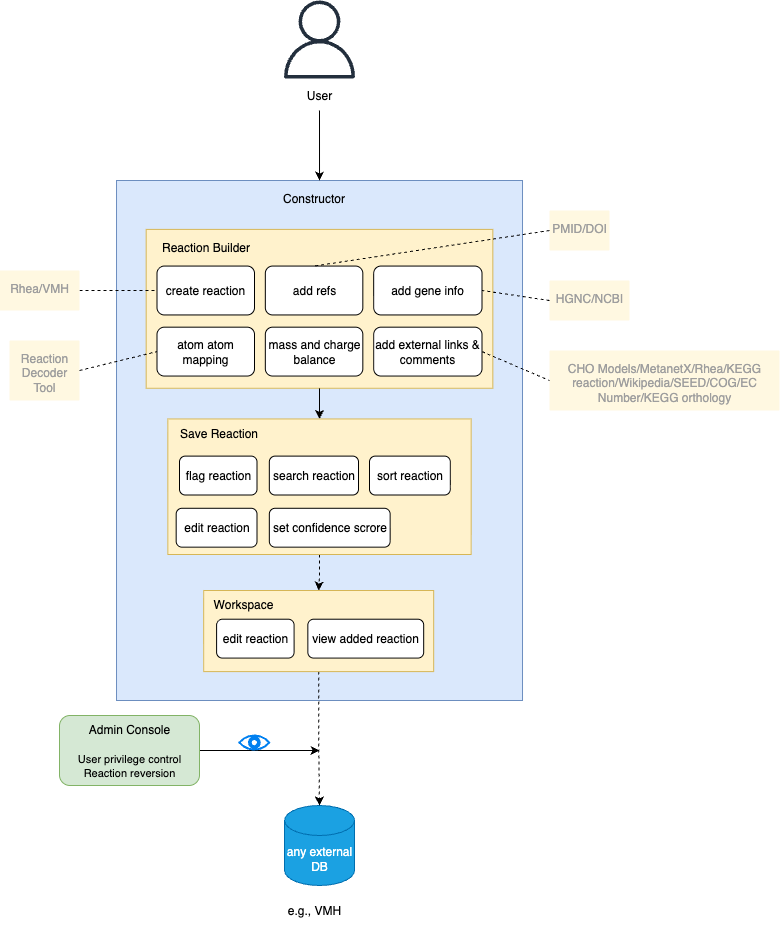
Before: constructor_architecture.png, a diagram exported from draw.io (opencobra/reconstructor). Source tidied: cells renumbered, new cells last; positions are measured from the earlier drawing's top-left corner, leaving out a move shared by most shapes.
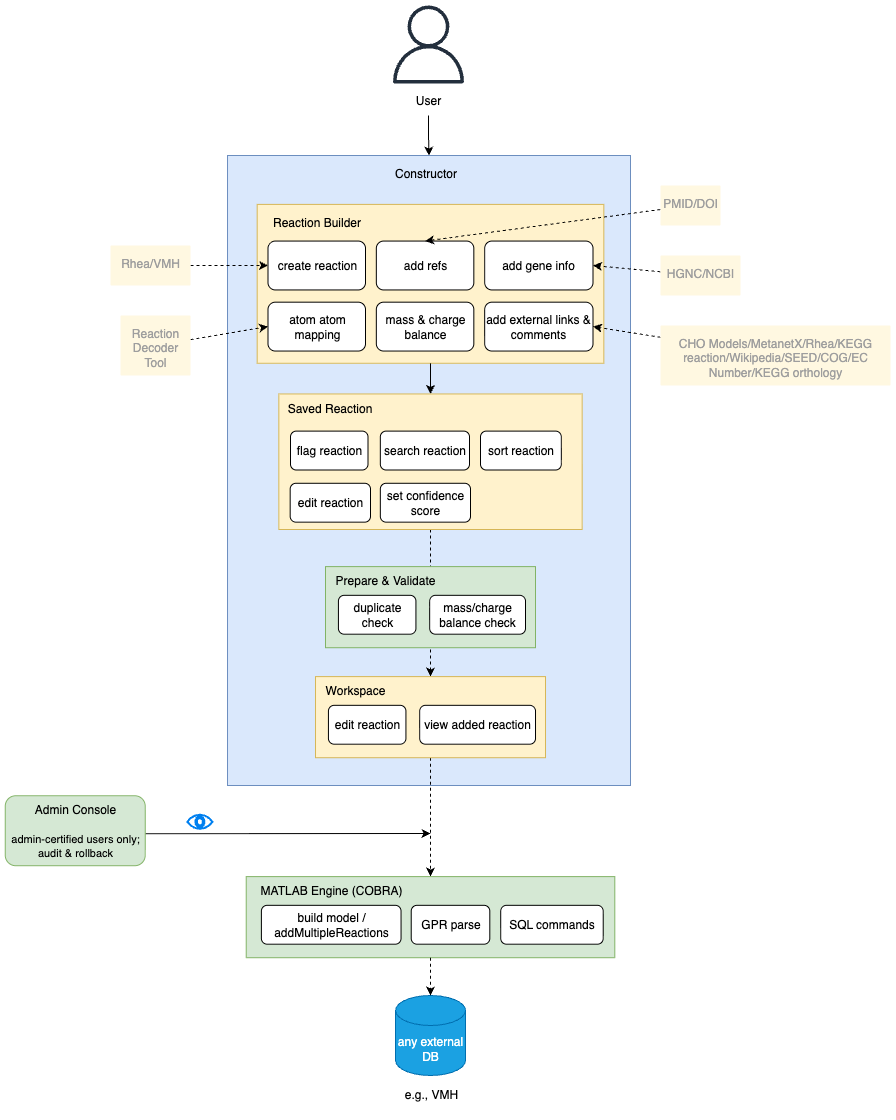
The same diagram one commit later.

What changed in the source:
```diff
@@ -3,7 +3,7 @@
     <mxCell id="0" />
     <mxCell id="1" parent="0" />
     <mxCell id="2" style="rounded=0;whiteSpace=wrap;html=1;fillColor=#dae8fc;strokeColor=#6c8ebf;" parent="1" vertex="1">
-      <mxGeometry x="117" y="180" width="406" height="520" as="geometry" />
+      <mxGeometry x="117" y="180" width="403" height="630" as="geometry" />
     </mxCell>
     <mxCell id="3" style="group;" parent="1" vertex="1">
       <mxGeometry x="146.7" y="228.9" width="346.7" height="158.9" as="geometry" />
@@ -29,37 +29,38 @@
     <mxCell id="10" value="Reaction Builder" style="text;html=1;align=center;verticalAlign=middle;whiteSpace=wrap;rounded=0;" parent="4" vertex="1">
       <mxGeometry width="119.2" height="36.7" as="geometry" />
     </mxCell>
-    <mxCell id="11" value="mass and charge balance" style="rounded=1;whiteSpace=wrap;html=1;" parent="4" vertex="1">
+    <mxCell id="11" value="mass &amp;amp; charge balance" style="rounded=1;whiteSpace=wrap;html=1;" parent="4" vertex="1">
       <mxGeometry x="119.2" y="97.8" width="97.5" height="48.9" as="geometry" />
     </mxCell>
     <mxCell id="12" value="add external links &amp;amp; comments" style="rounded=1;whiteSpace=wrap;html=1;" parent="4" vertex="1">
       <mxGeometry x="227.5" y="97.8" width="108.3" height="48.9" as="geometry" />
     </mxCell>
     <mxCell id="13" style="group;" parent="1" vertex="1">
-      <mxGeometry x="285" y="805" width="70" height="120" as="geometry" />
+      <mxGeometry x="285" y="1020" width="70" height="120" as="geometry" />
     </mxCell>
     <mxCell id="14" value="any external DB" style="shape=cylinder3;whiteSpace=wrap;html=1;boundedLbl=1;backgroundOutline=1;size=15;fillColor=#1ba1e2;fontColor=#ffffff;strokeColor=#006EAF;" parent="13" vertex="1">
       <mxGeometry width="70" height="80" as="geometry" />
     </mxCell>
     <mxCell id="15" value="e.g., VMH" style="text;html=1;align=center;verticalAlign=middle;whiteSpace=wrap;rounded=0;" parent="13" vertex="1">
-      <mxGeometry y="90" width="60" height="30" as="geometry" />
+      <mxGeometry x="6" y="84" width="60" height="30" as="geometry" />
     </mxCell>
-    <mxCell id="16" style="edgeStyle=orthogonalEdgeStyle;rounded=0;jettySize=auto;html=1;" parent="1" edge="1" source="17">
+    <mxCell id="16" style="rounded=0;orthogonalLoop=1;jettySize=auto;html=1;" parent="1" edge="1">
       <mxGeometry relative="1" as="geometry">
-        <mxPoint x="320" y="750" as="targetPoint" />
+        <mxPoint x="34.8" y="858.2" as="sourcePoint" />
+        <mxPoint x="320" y="858" as="targetPoint" />
       </mxGeometry>
     </mxCell>
-    <mxCell id="17" value="&lt;font&gt;Admin Console&lt;/font&gt;&lt;br&gt;&lt;br&gt;&lt;font style=&quot;font-size: 11px;&quot;&gt;User privilege control&lt;/font&gt;&lt;div&gt;&lt;font style=&quot;font-size: 11px;&quot;&gt;Reaction reversion&lt;/font&gt;&lt;/div&gt;" style="rounded=1;whiteSpace=wrap;html=1;fillColor=#d5e8d4;strokeColor=#82b366;" parent="1" vertex="1">
-      <mxGeometry x="60" y="715" width="140" height="70" as="geometry" />
+    <mxCell id="17" value="&lt;font&gt;Admin Console&lt;/font&gt;&lt;br&gt;&lt;br&gt;&lt;font style=&quot;font-size: 11px;&quot;&gt;admin-certified users only;&lt;/font&gt;&lt;div&gt;&lt;font style=&quot;font-size: 11px;&quot;&gt;audit &amp;amp; rollback&lt;/font&gt;&lt;/div&gt;" style="rounded=1;whiteSpace=wrap;html=1;fillColor=#d5e8d4;strokeColor=#82b366;" parent="1" vertex="1">
+      <mxGeometry x="-105.2" y="820.2" width="140" height="70" as="geometry" />
     </mxCell>
-    <mxCell id="18" style="edgeStyle=orthogonalEdgeStyle;rounded=0;jettySize=auto;html=1;entryX=0.5;entryY=0;entryDx=0;entryDy=0;entryPerimeter=0;dashed=1;exitX=0.5;exitY=1;exitDx=0;exitDy=0;" parent="1" edge="1" source="45" target="14">
+    <mxCell id="18" style="edgeStyle=orthogonalEdgeStyle;rounded=0;jettySize=auto;html=1;dashed=1;exitX=0.5;exitY=1;exitDx=0;exitDy=0;" parent="1" edge="1" source="45" target="59">
       <mxGeometry relative="1" as="geometry" />
     </mxCell>
     <mxCell id="19" style="html=1;verticalLabelPosition=bottom;align=center;labelBackgroundColor=#ffffff;verticalAlign=top;strokeWidth=2;strokeColor=#0080F0;shadow=0;dashed=0;shape=mxgraph.ios7.icons.eye;" parent="1" vertex="1">
-      <mxGeometry x="239.8" y="735" width="30" height="14.1" as="geometry" />
+      <mxGeometry x="76.8" y="839.2" width="25.2" height="14.1" as="geometry" />
     </mxCell>
     <mxCell id="20" style="group;" parent="1" vertex="1">
-      <mxGeometry x="281" width="78" height="110" as="geometry" />
+      <mxGeometry x="279" y="30" width="78" height="110" as="geometry" />
     </mxCell>
     <mxCell id="21" style="sketch=0;fontColor=#232F3E;gradientColor=none;fillColor=#232F3D;strokeColor=none;dashed=0;verticalLabelPosition=bottom;verticalAlign=top;align=center;html=1;fontSize=12;fontStyle=0;shape=mxgraph.aws4.user;" parent="20" vertex="1">
       <mxGeometry width="78" height="78" as="geometry" />
@@ -70,36 +71,36 @@
     <mxCell id="23" style="edgeStyle=orthogonalEdgeStyle;rounded=0;jettySize=auto;html=1;exitX=0.5;exitY=1;exitDx=0;exitDy=0;entryX=0.5;entryY=0;entryDx=0;entryDy=0;" parent="1" edge="1" source="22" target="2">
       <mxGeometry relative="1" as="geometry" />
     </mxCell>
-    <mxCell id="24" style="rounded=0;jettySize=auto;html=1;entryX=0;entryY=0.5;entryDx=0;entryDy=0;endArrow=none;endFill=0;dashed=1;" parent="1" edge="1" source="25" target="6">
+    <mxCell id="24" style="edgeStyle=none;rounded=0;jettySize=auto;html=1;entryX=0;entryY=0.5;entryDx=0;entryDy=0;dashed=1;" parent="1" edge="1" source="25" target="6">
       <mxGeometry relative="1" as="geometry" />
     </mxCell>
     <mxCell id="25" value="Rhea/VMH" style="sketch=0;points=[[0,0,0],[0.25,0,0],[0.5,0,0],[0.75,0,0],[1,0,0],[1,0.25,0],[1,0.5,0],[1,0.75,0],[1,1,0],[0.75,1,0],[0.5,1,0],[0.25,1,0],[0,1,0],[0,0.75,0],[0,0.5,0],[0,0.25,0]];rounded=1;absoluteArcSize=1;arcSize=2;html=1;strokeColor=none;gradientColor=none;shadow=0;dashed=0;fontSize=12;fontColor=#9E9E9E;align=center;verticalAlign=top;spacing=10;spacingTop=-4;whiteSpace=wrap;fillColor=#FFF8E1;" parent="1" vertex="1">
       <mxGeometry y="270" width="80" height="40" as="geometry" />
     </mxCell>
+    <mxCell id="29" style="edgeStyle=none;rounded=0;jettySize=auto;html=1;entryX=1;entryY=0.5;entryDx=0;entryDy=0;dashed=1;" parent="1" edge="1" source="26" target="9">
+      <mxGeometry relative="1" as="geometry" />
+    </mxCell>
     <mxCell id="26" value="HGNC/NCBI" style="sketch=0;points=[[0,0,0],[0.25,0,0],[0.5,0,0],[0.75,0,0],[1,0,0],[1,0.25,0],[1,0.5,0],[1,0.75,0],[1,1,0],[0.75,1,0],[0.5,1,0],[0.25,1,0],[0,1,0],[0,0.75,0],[0,0.5,0],[0,0.25,0]];rounded=1;absoluteArcSize=1;arcSize=2;html=1;strokeColor=none;gradientColor=none;shadow=0;dashed=0;fontSize=12;fontColor=#9E9E9E;align=center;verticalAlign=top;spacing=10;spacingTop=-4;whiteSpace=wrap;fillColor=#FFF8E1;" parent="1" vertex="1">
       <mxGeometry x="550" y="280" width="80" height="40" as="geometry" />
     </mxCell>
+    <mxCell id="28" style="edgeStyle=none;rounded=0;jettySize=auto;html=1;entryX=0;entryY=0.5;entryDx=0;entryDy=0;dashed=1;" parent="1" edge="1" source="27" target="7">
+      <mxGeometry relative="1" as="geometry" />
+    </mxCell>
     <mxCell id="27" value="Reaction Decoder Tool" style="sketch=0;points=[[0,0,0],[0.25,0,0],[0.5,0,0],[0.75,0,0],[1,0,0],[1,0.25,0],[1,0.5,0],[1,0.75,0],[1,1,0],[0.75,1,0],[0.5,1,0],[0.25,1,0],[0,1,0],[0,0.75,0],[0,0.5,0],[0,0.25,0]];rounded=1;absoluteArcSize=1;arcSize=2;html=1;strokeColor=none;gradientColor=none;shadow=0;dashed=0;fontSize=12;fontColor=#9E9E9E;align=center;verticalAlign=top;spacing=10;spacingTop=-4;whiteSpace=wrap;fillColor=#FFF8E1;" parent="1" vertex="1">
       <mxGeometry x="10" y="340" width="70" height="60" as="geometry" />
     </mxCell>
-    <mxCell id="28" style="rounded=0;jettySize=auto;html=1;entryX=0;entryY=0.5;entryDx=0;entryDy=0;endArrow=none;endFill=0;exitX=1;exitY=0.5;exitDx=0;exitDy=0;exitPerimeter=0;dashed=1;" parent="1" edge="1" source="27" target="7">
-      <mxGeometry relative="1" as="geometry" />
-    </mxCell>
-    <mxCell id="29" style="rounded=0;jettySize=auto;html=1;entryX=1;entryY=0.5;entryDx=0;entryDy=0;endArrow=none;endFill=0;dashed=1;exitX=0;exitY=0.5;exitDx=0;exitDy=0;exitPerimeter=0;" parent="1" edge="1" source="26" target="9">
-      <mxGeometry relative="1" as="geometry" />
-    </mxCell>
+    <mxCell id="49" style="edgeStyle=none;rounded=0;jettySize=auto;html=1;entryX=1;entryY=0.5;entryDx=0;entryDy=0;dashed=1;" parent="1" edge="1" source="30" target="12">
+      <mxGeometry relative="1" as="geometry" />
+    </mxCell>
     <mxCell id="30" value="CHO Models/MetanetX/Rhea/KEGG reaction/Wikipedia/SEED/COG/EC Number/KEGG orthology" style="sketch=0;points=[[0,0,0],[0.25,0,0],[0.5,0,0],[0.75,0,0],[1,0,0],[1,0.25,0],[1,0.5,0],[1,0.75,0],[1,1,0],[0.75,1,0],[0.5,1,0],[0.25,1,0],[0,1,0],[0,0.75,0],[0,0.5,0],[0,0.25,0]];rounded=1;absoluteArcSize=1;arcSize=2;html=1;strokeColor=none;gradientColor=none;shadow=0;dashed=0;fontSize=12;fontColor=#9E9E9E;align=center;verticalAlign=top;spacing=10;spacingTop=-4;whiteSpace=wrap;fillColor=#FFF8E1;" parent="1" vertex="1">
       <mxGeometry x="550" y="350" width="230" height="60" as="geometry" />
     </mxCell>
-    <mxCell id="31" style="rounded=0;jettySize=auto;html=1;entryX=0;entryY=0.5;entryDx=0;entryDy=0;endArrow=none;endFill=0;dashed=1;exitX=1;exitY=0.5;exitDx=0;exitDy=0;entryPerimeter=0;" parent="1" edge="1" source="12" target="30">
-      <mxGeometry relative="1" as="geometry" />
-    </mxCell>
+    <mxCell id="33" style="edgeStyle=none;rounded=0;jettySize=auto;html=1;entryX=0.5;entryY=0;entryDx=0;entryDy=0;dashed=1;" parent="1" edge="1" source="32" target="8">
+      <mxGeometry relative="1" as="geometry" />
+    </mxCell>
     <mxCell id="32" value="PMID/DOI" style="sketch=0;points=[[0,0,0],[0.25,0,0],[0.5,0,0],[0.75,0,0],[1,0,0],[1,0.25,0],[1,0.5,0],[1,0.75,0],[1,1,0],[0.75,1,0],[0.5,1,0],[0.25,1,0],[0,1,0],[0,0.75,0],[0,0.5,0],[0,0.25,0]];rounded=1;absoluteArcSize=1;arcSize=2;html=1;strokeColor=none;gradientColor=none;shadow=0;dashed=0;fontSize=12;fontColor=#9E9E9E;align=center;verticalAlign=top;spacing=10;spacingTop=-4;whiteSpace=wrap;fillColor=#FFF8E1;" parent="1" vertex="1">
       <mxGeometry x="550" y="210" width="60" height="40" as="geometry" />
     </mxCell>
-    <mxCell id="33" style="rounded=0;jettySize=auto;html=1;entryX=0.5;entryY=0;entryDx=0;entryDy=0;endArrow=none;endFill=0;dashed=1;exitX=0;exitY=0.5;exitDx=0;exitDy=0;exitPerimeter=0;" parent="1" edge="1" source="32" target="8">
-      <mxGeometry relative="1" as="geometry" />
-    </mxCell>
     <mxCell id="34" value="Constructor" style="text;html=1;align=center;verticalAlign=middle;whiteSpace=wrap;rounded=0;" parent="1" vertex="1">
       <mxGeometry x="282.5" y="180" width="65" height="36.7" as="geometry" />
     </mxCell>
@@ -122,16 +123,19 @@
       <mxGeometry x="370" y="455.6" width="80.8" height="38.9" as="geometry" />
     </mxCell>
     <mxCell id="41" value="edit reaction" style="rounded=1;whiteSpace=wrap;html=1;" parent="1" vertex="1">
-      <mxGeometry x="176.7" y="507.8" width="80.8" height="38.9" as="geometry" />
+      <mxGeometry x="179.7" y="507.8" width="80.3" height="38.9" as="geometry" />
     </mxCell>
-    <mxCell id="42" value="set confidence scrore" style="rounded=1;whiteSpace=wrap;html=1;" parent="1" vertex="1">
-      <mxGeometry x="269.8" y="507.8" width="120.8" height="38.9" as="geometry" />
+    <mxCell id="42" value="set confidence score" style="rounded=1;whiteSpace=wrap;html=1;" parent="1" vertex="1">
+      <mxGeometry x="269.8" y="507.8" width="90.2" height="38.9" as="geometry" />
     </mxCell>
-    <mxCell id="43" value="Save Reaction" style="text;html=1;align=center;verticalAlign=middle;whiteSpace=wrap;rounded=0;" parent="1" vertex="1">
+    <mxCell id="43" value="Saved Reaction" style="text;html=1;align=center;verticalAlign=middle;whiteSpace=wrap;rounded=0;" parent="1" vertex="1">
       <mxGeometry x="168.3" y="418.4" width="103" height="30" as="geometry" />
     </mxCell>
+    <mxCell id="50" style="group;" parent="1" vertex="1">
+      <mxGeometry x="205" y="690" width="245.8" height="92.2" as="geometry" />
+    </mxCell>
-    <mxCell id="44" style="group;" parent="1" vertex="1">
-      <mxGeometry x="244.2" y="578.9" width="205.8" height="92.2" as="geometry" />
+    <mxCell id="44" style="group;" parent="50" vertex="1">
+      <mxGeometry x="40" width="205.8" height="92.2" as="geometry" />
     </mxCell>
     <mxCell id="45" style="rounded=0;whiteSpace=wrap;html=1;fillColor=#fff2cc;strokeColor=#d6b656;" parent="44" vertex="1">
       <mxGeometry x="-40" y="11.1" width="230" height="81.1" as="geometry" />
@@ -142,8 +146,50 @@
     <mxCell id="47" value="view added reaction" style="rounded=1;whiteSpace=wrap;html=1;" parent="44" vertex="1">
       <mxGeometry x="64.2" y="39.8" width="115.8" height="38.9" as="geometry" />
     </mxCell>
-    <mxCell id="48" value="Workspace" style="text;html=1;align=center;verticalAlign=middle;whiteSpace=wrap;rounded=0;" parent="1" vertex="1">
-      <mxGeometry x="204.2" y="584" width="79.6" height="39.8" as="geometry" />
+    <mxCell id="48" value="Workspace" style="text;html=1;align=center;verticalAlign=middle;whiteSpace=wrap;rounded=0;" parent="50" vertex="1">
+      <mxGeometry y="5.1" width="79.6" height="39.8" as="geometry" />
     </mxCell>
+    <mxCell id="51" style="group;" parent="1" vertex="1">
+      <mxGeometry x="215" y="580" width="245.8" height="92.2" as="geometry" />
+    </mxCell>
+    <mxCell id="52" style="group;" parent="51" vertex="1">
+      <mxGeometry x="40" width="205.8" height="92.2" as="geometry" />
+    </mxCell>
+    <mxCell id="53" style="rounded=0;whiteSpace=wrap;html=1;fillColor=#d5e8d4;strokeColor=#82b366;" parent="52" vertex="1">
+      <mxGeometry x="-40" y="11.1" width="210" height="81.1" as="geometry" />
+    </mxCell>
+    <mxCell id="54" value="duplicate check" style="rounded=1;whiteSpace=wrap;html=1;" parent="52" vertex="1">
+      <mxGeometry x="-27.1" y="39.8" width="77.5" height="38.9" as="geometry" />
+    </mxCell>
+    <mxCell id="55" value="mass/charge balance check" style="rounded=1;whiteSpace=wrap;html=1;" parent="52" vertex="1">
+      <mxGeometry x="64.2" y="39.8" width="95.8" height="38.9" as="geometry" />
+    </mxCell>
+    <mxCell id="56" value="Prepare &amp;amp; Validate" style="text;html=1;align=center;verticalAlign=middle;whiteSpace=wrap;rounded=0;" parent="51" vertex="1">
+      <mxGeometry y="5.1" width="120" height="39.8" as="geometry" />
+    </mxCell>
+    <mxCell id="57" style="group;" parent="1" vertex="1">
+      <mxGeometry x="135.7" y="890" width="368.6" height="92.2" as="geometry" />
+    </mxCell>
+    <mxCell id="58" style="group;" parent="57" vertex="1">
+      <mxGeometry x="58.6" width="310" height="92.2" as="geometry" />
+    </mxCell>
+    <mxCell id="59" style="rounded=0;whiteSpace=wrap;html=1;fillColor=#d5e8d4;strokeColor=#82b366;" parent="58" vertex="1">
+      <mxGeometry x="-58.6" y="11.1" width="368.6" height="81.1" as="geometry" />
+    </mxCell>
+    <mxCell id="60" value="GPR parse" style="rounded=1;whiteSpace=wrap;html=1;" parent="58" vertex="1">
+      <mxGeometry x="106.4" y="39.8" width="78.6" height="38.9" as="geometry" />
+    </mxCell>
+    <mxCell id="61" value="SQL commands" style="rounded=1;whiteSpace=wrap;html=1;" parent="58" vertex="1">
+      <mxGeometry x="195.9" y="39.8" width="102.5" height="38.9" as="geometry" />
+    </mxCell>
+    <mxCell id="62" value="MATLAB Engine (COBRA)" style="text;html=1;align=center;verticalAlign=middle;whiteSpace=wrap;rounded=0;" parent="57" vertex="1">
+      <mxGeometry y="5.1" width="170" height="39.8" as="geometry" />
+    </mxCell>
+    <mxCell id="63" value="build model / addMultipleReactions" style="rounded=1;whiteSpace=wrap;html=1;" parent="57" vertex="1">
+      <mxGeometry x="15.2" y="39.8" width="139.7" height="38.9" as="geometry" />
+    </mxCell>
+    <mxCell id="64" style="edgeStyle=none;rounded=0;jettySize=auto;html=1;dashed=1;" parent="1" edge="1" source="59" target="14">
+      <mxGeometry relative="1" as="geometry" />
+    </mxCell>
   </root>
 </mxGraphModel>
```
